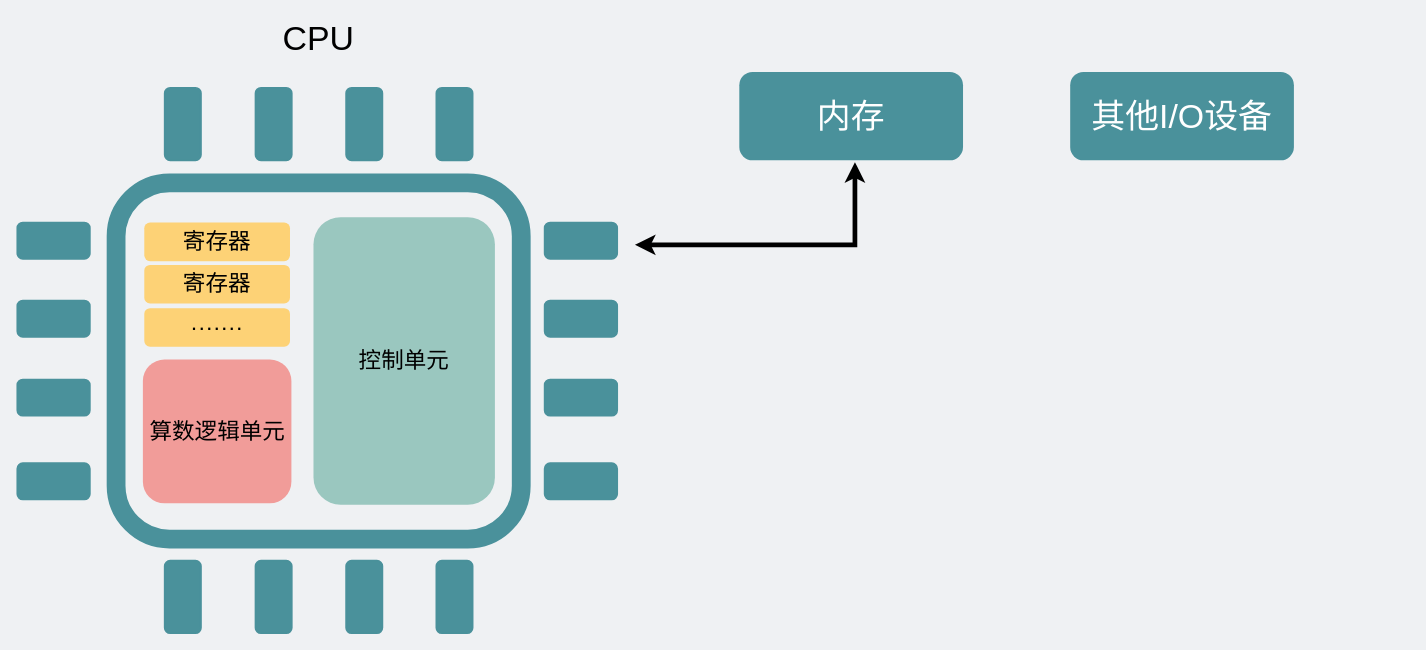
Earlier version of the draw.io diagram network/三类总线.drawio (xiaobaiTech/image). Source tidied: cells renumbered, new cells numbered last; positions are measured from the earlier drawing's top-left corner, leaving out a move shared by most shapes. Both pictures are drawn from the tidied source at 94%, with x=0, y=0 at pixel (17, 16).
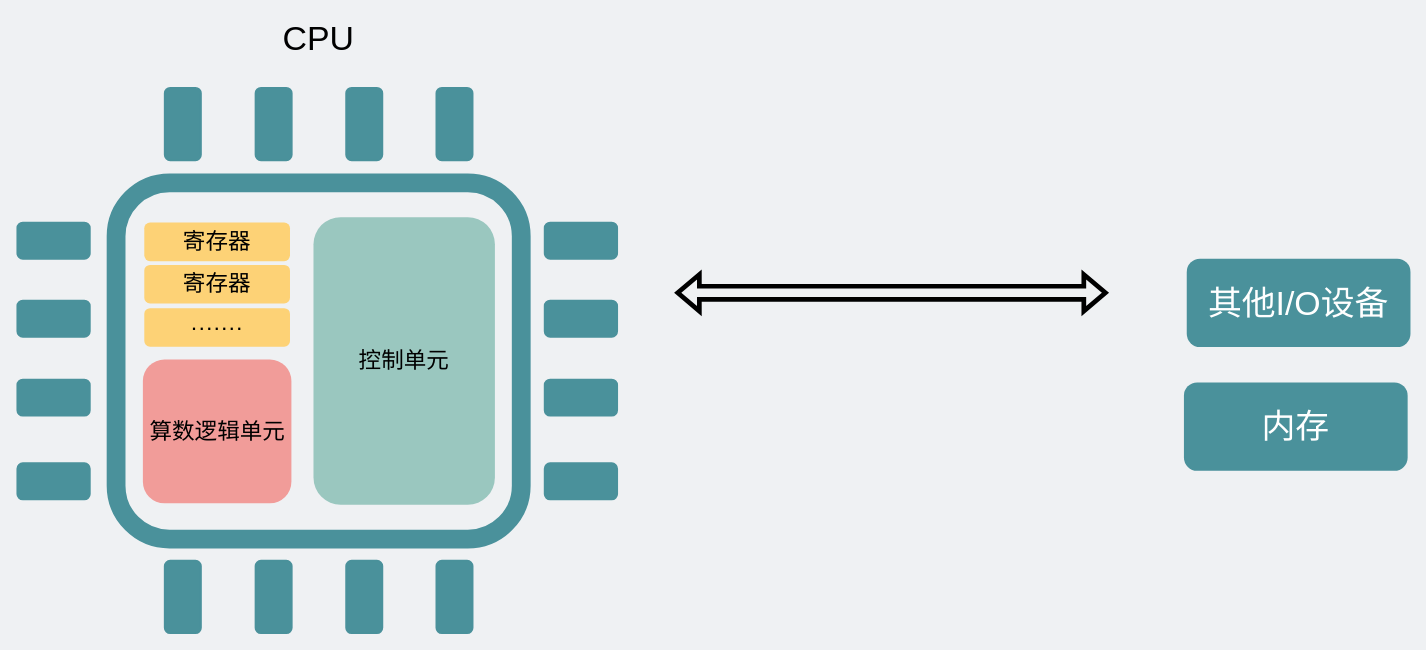
After the change.

Change to the diagram source:
```diff
@@
     <mxCell id="25" value="&lt;font style=&quot;font-size: 36px&quot; color=&quot;#ffffff&quot;&gt;内存&lt;/font&gt;" style="rounded=1;whiteSpace=wrap;html=1;strokeColor=none;fillColor=#4A919B;" parent="1" vertex="1">
-      <mxGeometry x="768" y="59" width="238" height="94" as="geometry" />
+      <mxGeometry x="1241" y="389.4" width="238" height="94" as="geometry" />
     </mxCell>
     <mxCell id="26" value="&lt;font style=&quot;font-size: 36px&quot; color=&quot;#ffffff&quot;&gt;其他I/O设备&lt;/font&gt;" style="rounded=1;whiteSpace=wrap;html=1;strokeColor=none;fillColor=#4A919B;" parent="1" vertex="1">
-      <mxGeometry x="1120" y="59" width="238" height="94" as="geometry" />
+      <mxGeometry x="1244" y="257.7" width="238" height="94" as="geometry" />
     </mxCell>
-    <mxCell id="27" style="endArrow=classic;startArrow=classic;html=1;rounded=0;fontSize=36;fontColor=#FFFFFF;strokeWidth=5;" parent="1" edge="1">
-      <mxGeometry relative="1" as="geometry">
-        <mxPoint x="657" y="243" as="sourcePoint" />
-        <mxPoint x="891" y="155" as="targetPoint" />
-        <Array as="points">
-          <mxPoint x="891" y="243" />
-        </Array>
-      </mxGeometry>
-    </mxCell>
+    <mxCell id="28" style="shape=flexArrow;endArrow=classic;startArrow=classic;html=1;rounded=0;fontSize=36;fontColor=#FFFFFF;strokeWidth=5;" parent="1" edge="1">
+      <mxGeometry relative="1" as="geometry">
+        <mxPoint x="700" y="294" as="sourcePoint" />
+        <mxPoint x="1160" y="294" as="targetPoint" />
+      </mxGeometry>
+    </mxCell>
```
